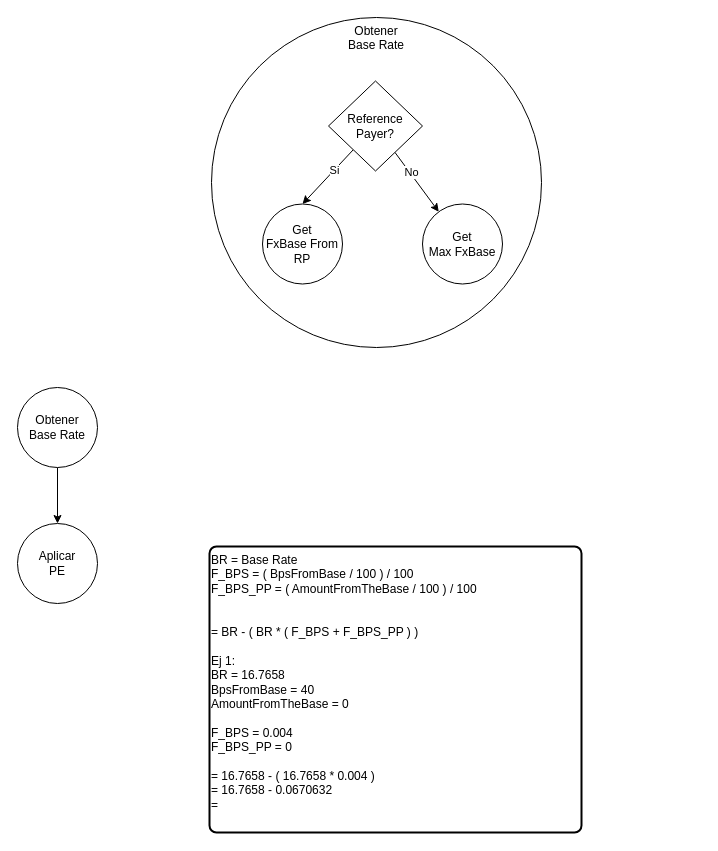
Above: Calculadora y Payers.drawio in notariopablomarcelo/intermex (draw.io), before the change. Source tidied: cells renumbered, new cells numbered last; positions are measured from the earlier drawing's top-left corner, leaving out a move shared by most shapes. Both pictures are drawn from the tidied source at 100%, with x=0, y=0 at pixel (17, 17).
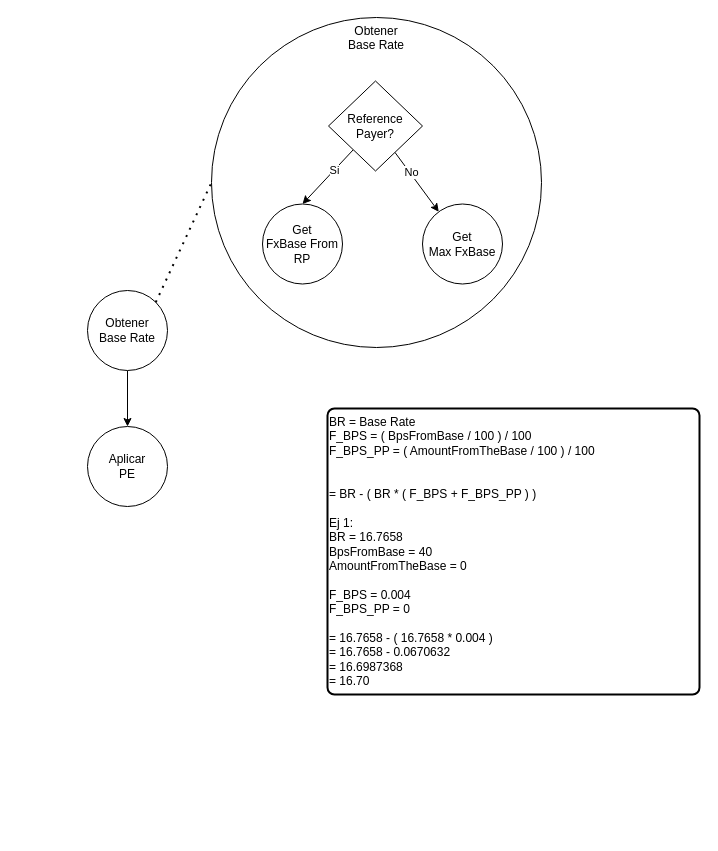
After the change.

Diff of the diagram source:
```diff
@@
 <mxGraphModel>
   <root>
     <mxCell id="0" />
     <mxCell id="1" parent="0" />
     <mxCell id="2" style="edgeStyle=orthogonalEdgeStyle;rounded=0;jettySize=auto;html=1;" parent="1" edge="1" source="3" target="4">
       <mxGeometry relative="1" as="geometry" />
     </mxCell>
     <mxCell id="3" value="Obtener&lt;br&gt;Base Rate" style="ellipse;whiteSpace=wrap;html=1;" parent="1" vertex="1">
-      <mxGeometry y="370" width="80" height="80" as="geometry" />
+      <mxGeometry x="70" y="273" width="80" height="80" as="geometry" />
     </mxCell>
     <mxCell id="4" value="Aplicar&lt;br&gt;PE" style="ellipse;whiteSpace=wrap;html=1;" parent="1" vertex="1">
-      <mxGeometry y="506" width="80" height="80" as="geometry" />
+      <mxGeometry x="70" y="409" width="80" height="80" as="geometry" />
     </mxCell>
     <mxCell id="5" style="group;" parent="1" vertex="1">
       <mxGeometry x="194" width="330" height="330" as="geometry" />
     </mxCell>
     <mxCell id="6" value="Obtener&lt;br&gt;Base Rate" style="ellipse;whiteSpace=wrap;html=1;horizontal=1;verticalAlign=top;" parent="5" vertex="1">
       <mxGeometry width="330" height="330" as="geometry" />
     </mxCell>
     <mxCell id="7" value="Get&lt;br&gt;FxBase From&lt;br&gt;RP" style="ellipse;whiteSpace=wrap;html=1;" parent="5" vertex="1">
       <mxGeometry x="51" y="186.5" width="80" height="80" as="geometry" />
     </mxCell>
     <mxCell id="8" value="Get&lt;br&gt;Max FxBase" style="ellipse;whiteSpace=wrap;html=1;" parent="5" vertex="1">
       <mxGeometry x="211" y="186.5" width="80" height="80" as="geometry" />
     </mxCell>
     <mxCell id="9" style="rounded=0;jettySize=auto;html=1;entryX=0.5;entryY=0;entryDx=0;entryDy=0;" parent="5" edge="1" source="13" target="7">
       <mxGeometry relative="1" as="geometry" />
     </mxCell>
     <mxCell id="10" value="Si" style="edgeLabel;html=1;align=center;verticalAlign=middle;" parent="9" vertex="1">
       <mxGeometry x="-0.25" relative="1" as="geometry" />
     </mxCell>
     <mxCell id="11" style="rounded=0;jettySize=auto;html=1;" parent="5" edge="1" source="13" target="8">
       <mxGeometry relative="1" as="geometry" />
     </mxCell>
     <mxCell id="12" value="No" style="edgeLabel;html=1;align=center;verticalAlign=middle;" parent="11" vertex="1">
       <mxGeometry x="-0.32" y="2" relative="1" as="geometry">
         <mxPoint y="1" as="offset" />
       </mxGeometry>
     </mxCell>
     <mxCell id="13" value="Reference&lt;br style=&quot;border-color: var(--border-color);&quot;&gt;Payer?" style="rhombus;whiteSpace=wrap;html=1;" parent="5" vertex="1">
       <mxGeometry x="117" y="63.5" width="94" height="90" as="geometry" />
     </mxCell>
-    <mxCell id="14" value="BR = Base Rate&lt;br&gt;F_BPS = ( BpsFromBase / 100 ) / 100&lt;br&gt;F_BPS_PP = ( AmountFromTheBase / 100 ) / 100&lt;br&gt;&lt;br&gt;&amp;nbsp;&lt;br&gt;= BR - ( BR * ( F_BPS + F_BPS_PP ) )&lt;br&gt;&lt;br&gt;Ej 1:&lt;br&gt;BR = 16.7658&lt;br&gt;BpsFromBase = 40&lt;br&gt;AmountFromTheBase = 0&lt;br&gt;&lt;br&gt;F_BPS = 0.004&lt;br&gt;F_BPS_PP = 0&lt;br&gt;&lt;br&gt;= 16.7658 - ( 16.7658 * 0.004 )&lt;br&gt;= 16.7658 - 0.0670632&lt;br&gt;=&amp;nbsp;" style="rounded=1;whiteSpace=wrap;html=1;absoluteArcSize=1;arcSize=14;strokeWidth=2;align=left;verticalAlign=top;" parent="1" vertex="1">
-      <mxGeometry x="192" y="529" width="372" height="286" as="geometry" />
+    <mxCell id="14" value="BR = Base Rate&lt;br&gt;F_BPS = ( BpsFromBase / 100 ) / 100&lt;br&gt;F_BPS_PP = ( AmountFromTheBase / 100 ) / 100&lt;br&gt;&lt;br&gt;&amp;nbsp;&lt;br&gt;= BR - ( BR * ( F_BPS + F_BPS_PP ) )&lt;br&gt;&lt;br&gt;Ej 1:&lt;br&gt;BR = 16.7658&lt;br&gt;BpsFromBase = 40&lt;br&gt;AmountFromTheBase = 0&lt;br&gt;&lt;br&gt;F_BPS = 0.004&lt;br&gt;F_BPS_PP = 0&lt;br&gt;&lt;br&gt;= 16.7658 - ( 16.7658 * 0.004 )&lt;br&gt;= 16.7658 - 0.0670632&lt;br&gt;= 16.6987368&lt;br&gt;= 16.70" style="rounded=1;whiteSpace=wrap;html=1;absoluteArcSize=1;arcSize=14;strokeWidth=2;align=left;verticalAlign=top;" parent="1" vertex="1">
+      <mxGeometry x="310" y="391" width="372" height="286" as="geometry" />
     </mxCell>
+    <mxCell id="15" style="endArrow=none;dashed=1;html=1;dashPattern=1 3;strokeWidth=2;rounded=0;exitX=1;exitY=0;exitDx=0;exitDy=0;entryX=0;entryY=0.5;entryDx=0;entryDy=0;" parent="1" edge="1" source="3" target="6">
+      <mxGeometry relative="1" as="geometry" />
+    </mxCell>
   </root>
 </mxGraphModel>
```
